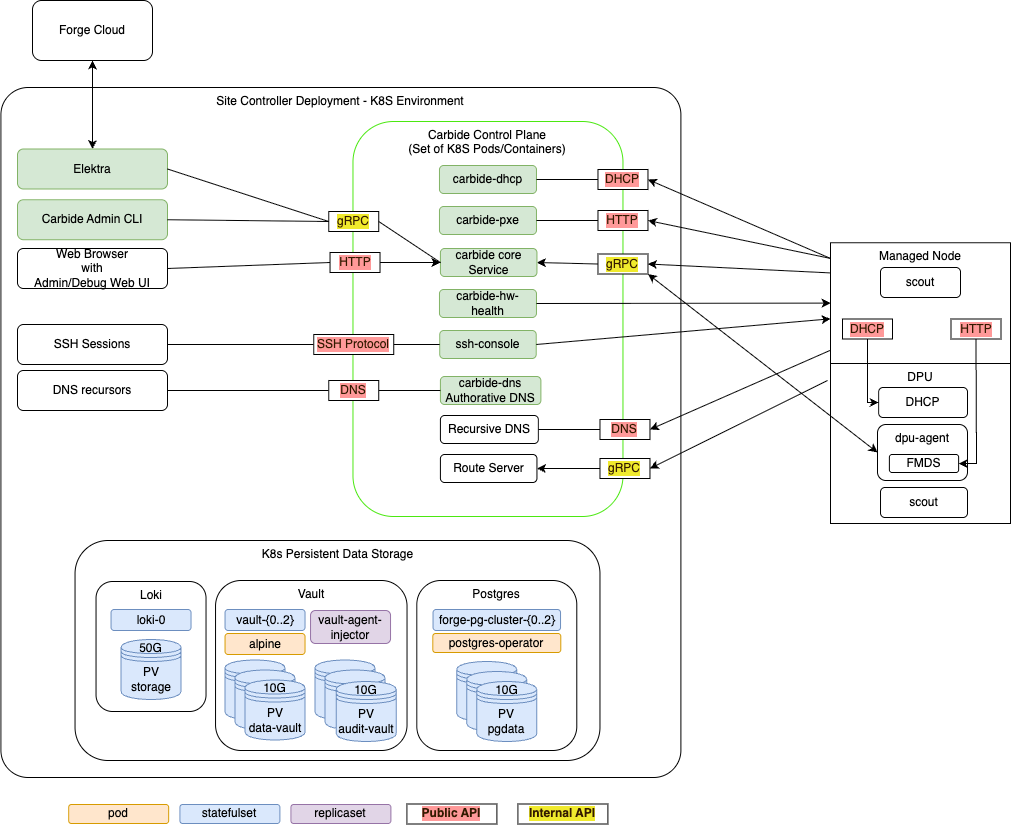
Earlier version of the draw.io export book/src/static/site-controller-overview.png (NVIDIA/bare-metal-manager-core). Source tidied: cells renumbered, new cells last; positions are measured from the earlier drawing's top-left corner, leaving out a move shared by most shapes.
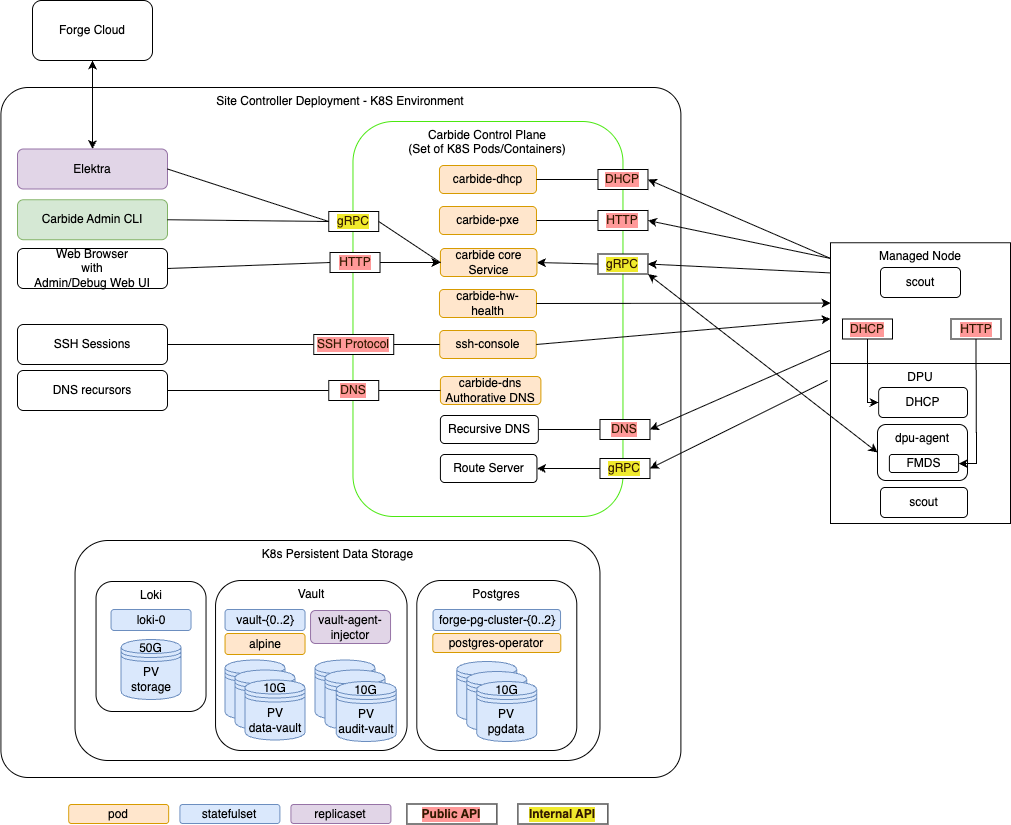
Later version of the same file.

Commit message:
docs: More architecture details

What changed in the source:
```diff
@@ -20,7 +20,7 @@
     <mxCell id="7" value="Carbide Control Plane&lt;br&gt;(Set of K8S Pods/Containers)" style="rounded=1;whiteSpace=wrap;html=1;verticalAlign=top;strokeColor=#4be811;" parent="1" vertex="1">
       <mxGeometry x="352.5" y="121" width="270" height="395" as="geometry" />
     </mxCell>
-    <mxCell id="8" value="Elektra" style="rounded=1;whiteSpace=wrap;html=1;verticalAlign=middle;fillColor=#d5e8d4;strokeColor=#82b366;" parent="1" vertex="1">
+    <mxCell id="8" value="Elektra" style="rounded=1;whiteSpace=wrap;html=1;verticalAlign=middle;fillColor=#e1d5e7;strokeColor=#9673a6;" parent="1" vertex="1">
       <mxGeometry x="17" y="148.5" width="150" height="40" as="geometry" />
     </mxCell>
     <mxCell id="9" value="forge-pg-cluster-{0..2}" style="rounded=1;whiteSpace=wrap;html=1;fillColor=#dae8fc;strokeColor=#6c8ebf;" parent="1" vertex="1">
@@ -50,16 +50,16 @@
     <mxCell id="17" value="PV&lt;br&gt;pgdata" style="shape=datastore;whiteSpace=wrap;html=1;fillColor=#dae8fc;strokeColor=#6c8ebf;" parent="1" vertex="1">
       <mxGeometry x="476.3" y="681" width="60" height="60" as="geometry" />
     </mxCell>
-    <mxCell id="18" value="carbide-dhcp" style="rounded=1;whiteSpace=wrap;html=1;fillColor=#d5e8d4;strokeColor=#82b366;" parent="1" vertex="1">
+    <mxCell id="18" value="carbide-dhcp" style="rounded=1;whiteSpace=wrap;html=1;fillColor=#ffe6cc;strokeColor=#d79b00;" parent="1" vertex="1">
       <mxGeometry x="439" y="165" width="97" height="28" as="geometry" />
     </mxCell>
-    <mxCell id="19" value="carbide-pxe" style="rounded=1;whiteSpace=wrap;html=1;fillColor=#d5e8d4;strokeColor=#82b366;" parent="1" vertex="1">
+    <mxCell id="19" value="carbide-pxe" style="rounded=1;whiteSpace=wrap;html=1;fillColor=#ffe6cc;strokeColor=#d79b00;" parent="1" vertex="1">
       <mxGeometry x="439" y="206" width="97" height="28" as="geometry" />
     </mxCell>
-    <mxCell id="20" value="carbide-hw-health" style="rounded=1;whiteSpace=wrap;html=1;fillColor=#d5e8d4;strokeColor=#82b366;" parent="1" vertex="1">
+    <mxCell id="20" value="carbide-hw-health" style="rounded=1;whiteSpace=wrap;html=1;fillColor=#ffe6cc;strokeColor=#d79b00;" parent="1" vertex="1">
       <mxGeometry x="439" y="289" width="97" height="28" as="geometry" />
     </mxCell>
-    <mxCell id="21" value="ssh-console" style="rounded=1;whiteSpace=wrap;html=1;fillColor=#d5e8d4;strokeColor=#82b366;" parent="1" vertex="1">
+    <mxCell id="21" value="ssh-console" style="rounded=1;whiteSpace=wrap;html=1;fillColor=#ffe6cc;strokeColor=#d79b00;" parent="1" vertex="1">
       <mxGeometry x="439.2" y="330" width="96.5" height="28" as="geometry" />
     </mxCell>
     <mxCell id="22" value="Route Server" style="rounded=1;whiteSpace=wrap;html=1;" parent="1" vertex="1">
@@ -68,7 +68,7 @@
     <mxCell id="23" value="Recursive DNS" style="rounded=1;whiteSpace=wrap;html=1;" parent="1" vertex="1">
       <mxGeometry x="439.9" y="415" width="98" height="28" as="geometry" />
     </mxCell>
-    <mxCell id="24" value="carbide core Service" style="rounded=1;whiteSpace=wrap;html=1;fillColor=#d5e8d4;strokeColor=#82b366;" parent="1" vertex="1">
+    <mxCell id="24" value="carbide core Service" style="rounded=1;whiteSpace=wrap;html=1;fillColor=#ffe6cc;strokeColor=#d79b00;" parent="1" vertex="1">
       <mxGeometry x="439.9" y="248" width="96.5" height="28" as="geometry" />
     </mxCell>
     <mxCell id="25" style="endArrow=none;startArrow=classic;html=1;rounded=0;exitX=1;exitY=0.5;exitDx=0;exitDy=0;startFill=1;endFill=0;entryX=0;entryY=0.25;entryDx=0;entryDy=0;entryPerimeter=0;" parent="1" edge="1" source="27" target="44">
@@ -109,7 +109,7 @@
     <mxCell id="36" style="endArrow=classic;html=1;rounded=0;entryX=0;entryY=0.63;entryDx=0;entryDy=0;exitX=1;exitY=0.5;exitDx=0;exitDy=0;entryPerimeter=0;" parent="1" edge="1" source="21" target="44">
       <mxGeometry relative="1" as="geometry" />
     </mxCell>
-    <mxCell id="37" value="carbide-dns&lt;br&gt;Authorative DNS" style="rounded=1;whiteSpace=wrap;html=1;fillColor=#d5e8d4;strokeColor=#82b366;" parent="1" vertex="1">
+    <mxCell id="37" value="carbide-dns&lt;br&gt;Authorative DNS" style="rounded=1;whiteSpace=wrap;html=1;fillColor=#ffe6cc;strokeColor=#d79b00;" parent="1" vertex="1">
       <mxGeometry x="439.9" y="376" width="100.5" height="28" as="geometry" />
     </mxCell>
     <mxCell id="38" value="loki-0" style="rounded=1;whiteSpace=wrap;html=1;labelBackgroundColor=none;fillColor=#dae8fc;strokeColor=#6c8ebf;" parent="1" vertex="1">
```
